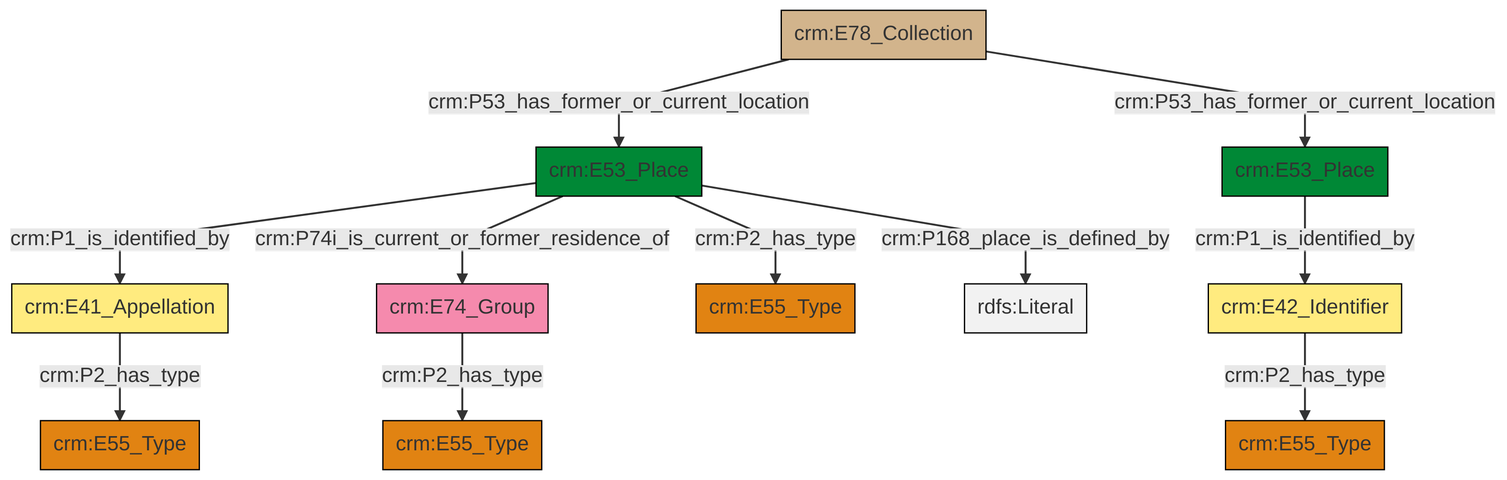
swiss-art-research-net/docs.swissartresearch keeps this Mermaid diagram as et/archivalCSV/ttl/mmd/png/archival_location.png. Above is the earlier version. Its source is kept beside it as et/archivalCSV/ttl/mmd/archival_location.ttl.mmd.
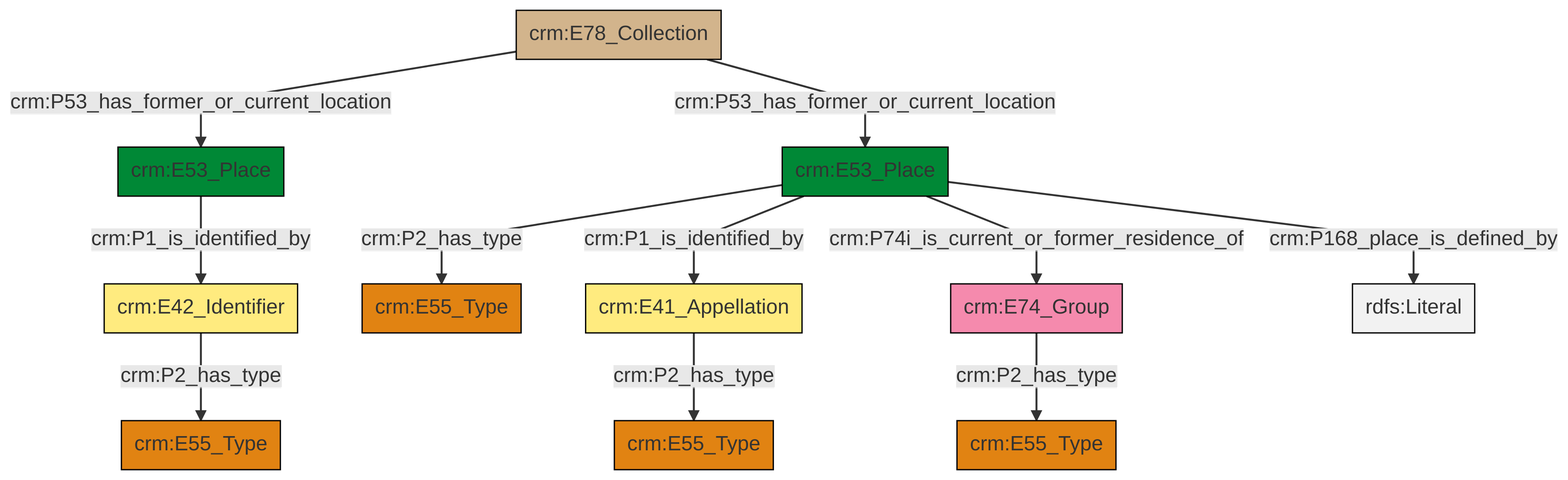
The same diagram one commit later.

Change to the diagram source:
```diff
@@ -13,13 +13,13 @@
 classDef PC_Classes fill:#4ce600, stroke:#000000;
 classDef Multi fill:#cccccc,stroke:#000000;
 
-4["crm:E41_Appellation"]:::Appellation -->|crm:P2_has_type| 5["crm:E55_Type"]:::Type
-10["crm:E74_Group"]:::Actor -->|crm:P2_has_type| 11["crm:E55_Type"]:::Type
-12["crm:E53_Place"]:::Place -->|crm:P1_is_identified_by| 4["crm:E41_Appellation"]:::Appellation
-0["crm:E42_Identifier"]:::Appellation -->|crm:P2_has_type| 2["crm:E55_Type"]:::Type
-12["crm:E53_Place"]:::Place -->|crm:P74i_is_current_or_former_residence_of| 10["crm:E74_Group"]:::Actor
-16["crm:E78_Collection"]:::Physical_Thing -->|crm:P53_has_former_or_current_location| 12["crm:E53_Place"]:::Place
-12["crm:E53_Place"]:::Place -->|crm:P2_has_type| 6["crm:E55_Type"]:::Type
-16["crm:E78_Collection"]:::Physical_Thing -->|crm:P53_has_former_or_current_location| 13["crm:E53_Place"]:::Place
-12["crm:E53_Place"]:::Place -->|crm:P168_place_is_defined_by| 23[rdfs:Literal]:::Literal
-13["crm:E53_Place"]:::Place -->|crm:P1_is_identified_by| 0["crm:E42_Identifier"]:::Appellation
+0["crm:E53_Place"]:::Place -->|crm:P1_is_identified_by| 1["crm:E41_Appellation"]:::Appellation
+0["crm:E53_Place"]:::Place -->|crm:P2_has_type| 2["crm:E55_Type"]:::Type
+0["crm:E53_Place"]:::Place -->|crm:P74i_is_current_or_former_residence_of| 3["crm:E74_Group"]:::Actor
+3["crm:E74_Group"]:::Actor -->|crm:P2_has_type| 6["crm:E55_Type"]:::Type
+7["crm:E78_Collection"]:::Physical_Thing -->|crm:P53_has_former_or_current_location| 4["crm:E53_Place"]:::Place
+0["crm:E53_Place"]:::Place -->|crm:P168_place_is_defined_by| 17[rdfs:Literal]:::Literal
+1["crm:E41_Appellation"]:::Appellation -->|crm:P2_has_type| 11["crm:E55_Type"]:::Type
+4["crm:E53_Place"]:::Place -->|crm:P1_is_identified_by| 9["crm:E42_Identifier"]:::Appellation
+7["crm:E78_Collection"]:::Physical_Thing -->|crm:P53_has_former_or_current_location| 0["crm:E53_Place"]:::Place
+9["crm:E42_Identifier"]:::Appellation -->|crm:P2_has_type| 15["crm:E55_Type"]:::Type
```
